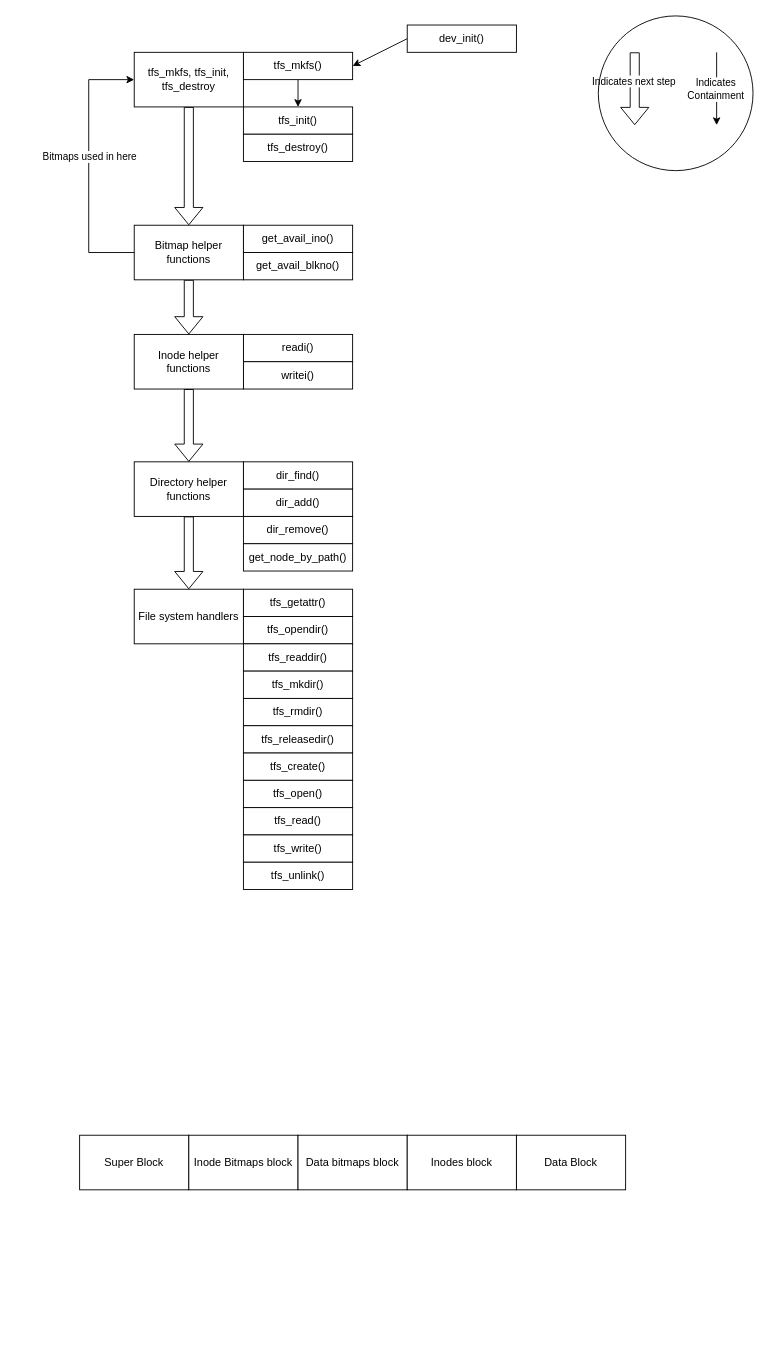
Earlier version of the draw.io diagram plan.drawio (NIK-VOLO/OS_PJ4). Source tidied: cells renumbered, new cells numbered last; positions are measured from the earlier drawing's top-left corner, leaving out a move shared by most shapes. Both pictures are drawn from the tidied source at 91%, with x=0, y=0 at pixel (79, 15).
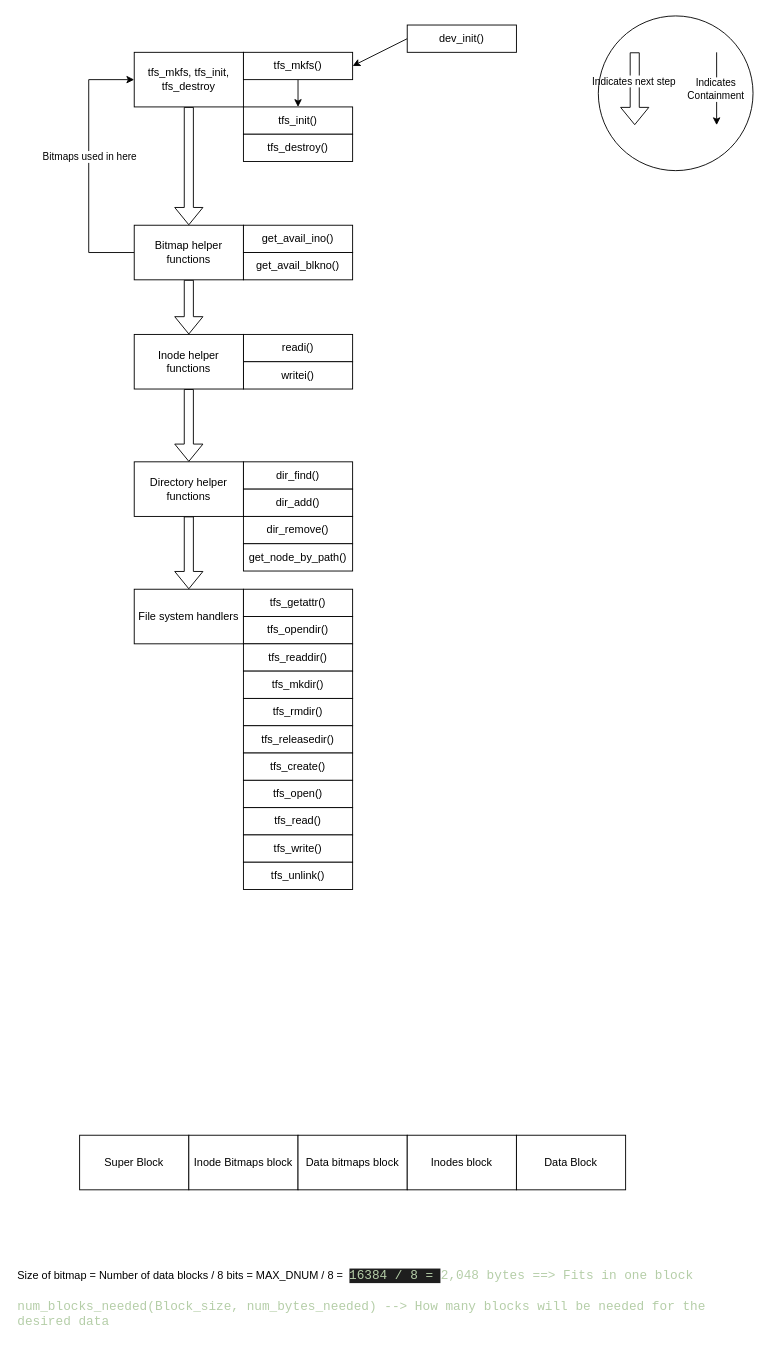
The same diagram, later.

Diff of the diagram source:
```diff
@@
+    <mxCell id="48" value="Size of bitmap = Number of data blocks / 8 bits = MAX_DNUM / 8 =&amp;nbsp;&amp;nbsp;&lt;span style=&quot;color: rgb(181 , 206 , 168) ; background-color: rgb(30 , 30 , 30) ; font-family: &amp;#34;consolas&amp;#34; , &amp;#34;courier new&amp;#34; , monospace ; font-size: 14px&quot;&gt;16384 / 8 =&amp;nbsp;&lt;/span&gt;&lt;font color=&quot;#b5cea8&quot; face=&quot;consolas, courier new, monospace&quot;&gt;&lt;span style=&quot;font-size: 14px&quot;&gt;2,048 bytes ==&amp;gt; Fits in one block&lt;br&gt;&lt;br&gt;num_blocks_needed(Block_size, num_bytes_needed) --&amp;gt; How many blocks will be needed for the desired data&lt;br&gt;&lt;/span&gt;&lt;/font&gt;" style="text;html=1;strokeColor=none;fillColor=none;align=left;verticalAlign=middle;whiteSpace=wrap;rounded=0;" parent="1" vertex="1">
+      <mxGeometry x="-70" y="1350" width="820" height="120" as="geometry" />
+    </mxCell>
```
